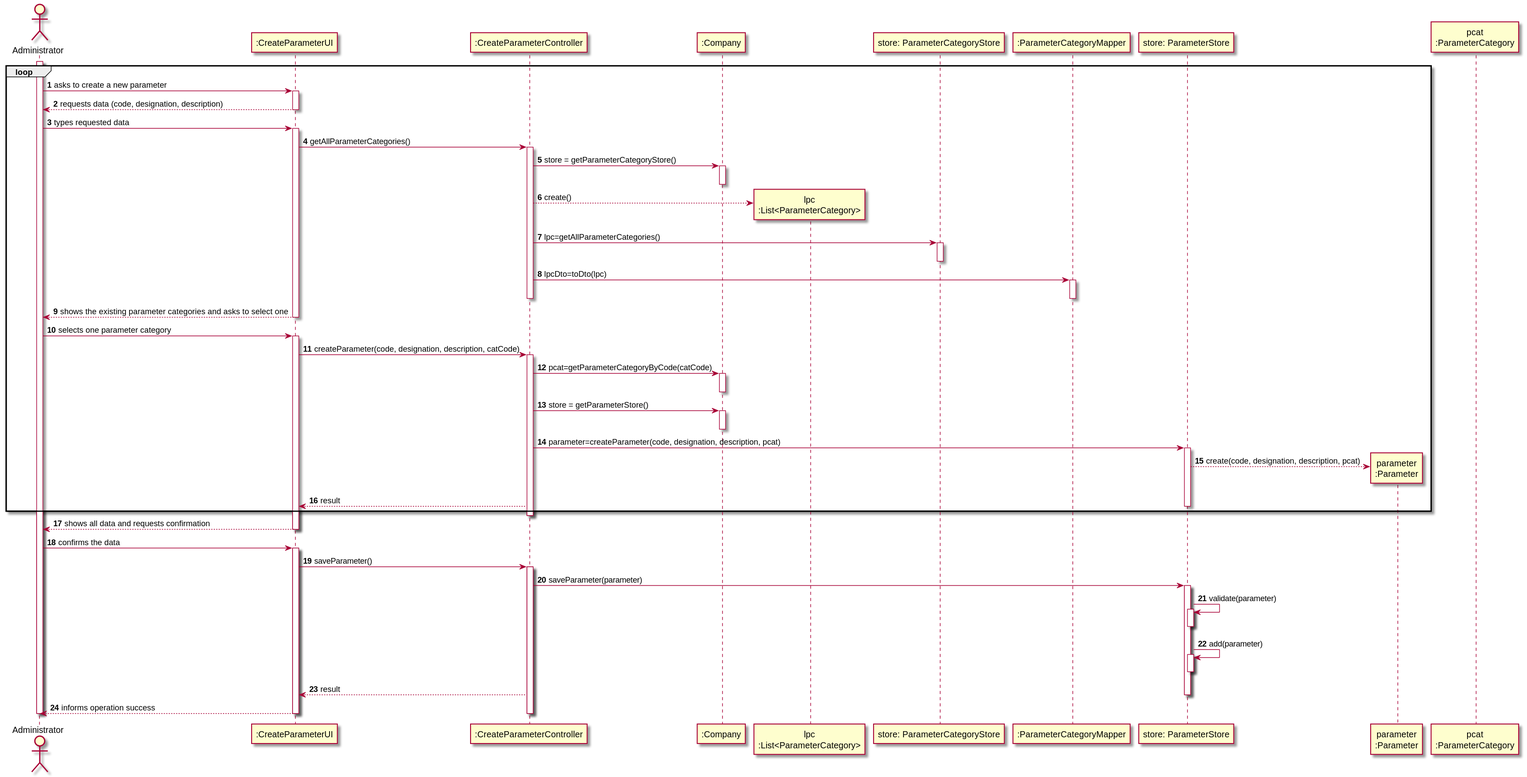
Above: docs/SprintB/US10/US10-SD.svg in 0franciscor/lei-21-s2-1de-g19 (PlantUML), before the change.
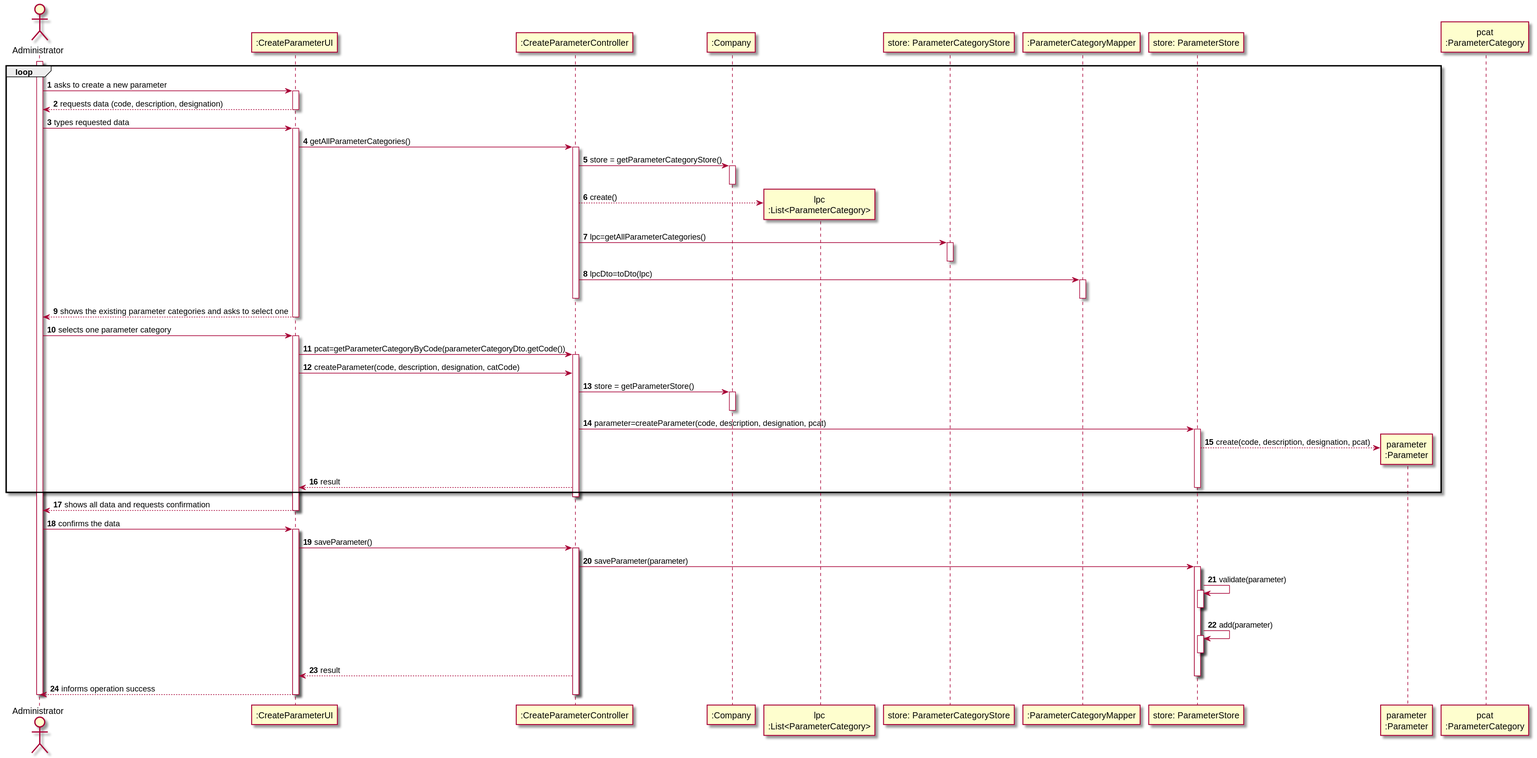
The same file after the commit.

Diff of the diagram source:
```diff
@@ -17,7 +17,7 @@
 activate ADM
 ADM -> CPUI : asks to create a new parameter
 activate CPUI
-CPUI --> ADM : requests data (code, designation, description)
+CPUI --> ADM : requests data (code, description, designation)
 deactivate CPUI
 
 ADM -> CPUI : types requested data
@@ -50,21 +50,21 @@
 ADM -> CPUI : selects one parameter category
 activate CPUI
 
-CPUI -> CPC : createParameter(code, designation, description, catCode)
+
+CPUI -> CPC : pcat=getParameterCategoryByCode(parameterCategoryDto.getCode())
 activate CPC
+CPUI -> CPC : createParameter(code, description, designation, catCode)
 
-CPC -> COMP : pcat=getParameterCategoryByCode(catCode)
-activate COMP
-deactivate COMP
+
 
 CPC -> COMP: store = getParameterStore()
 activate COMP
 deactivate COMP
 
-CPC -> PS: parameter=createParameter(code, designation, description, pcat)
+CPC -> PS: parameter=createParameter(code, description, designation, pcat)
 activate PS
 
-PS --> PARAM**: create(code, designation, description, pcat)
+PS --> PARAM**: create(code, description, designation, pcat)
 
 
 CPC --> CPUI: result
```
